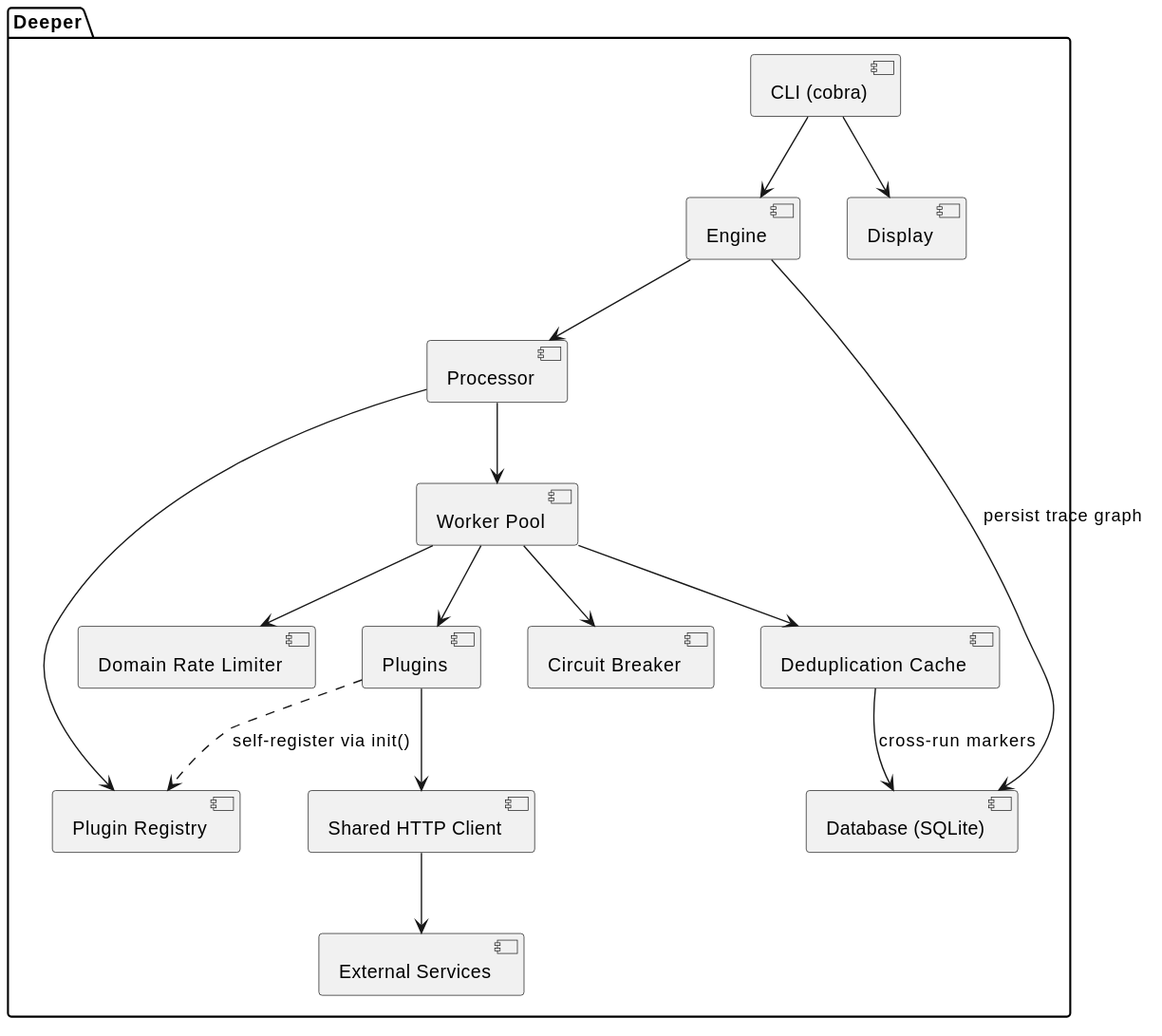
The PlantUML diagram docs/images/docs/Component.svg in smirnoffmg/deeper, before a commit. The source it was exported from:
```plantuml
@startuml
package "Deeper" {
    [CLI (cobra)] --> [Engine]
    [CLI (cobra)] --> [Display]

    [Engine] --> [Processor]
    [Engine] --> [Database (SQLite)] : persist trace graph

    [Processor] --> [Plugin Registry]
    [Processor] --> [Worker Pool]

    [Worker Pool] --> [Domain Rate Limiter]
    [Worker Pool] --> [Deduplication Cache]
    [Worker Pool] --> [Circuit Breaker]
    [Worker Pool] --> [Plugins]

    [Deduplication Cache] --> [Database (SQLite)] : cross-run markers

    [Plugins] ..> [Plugin Registry] : self-register via init()
    [Plugins] --> [Shared HTTP Client]
    [Shared HTTP Client] --> [External Services]
}
@enduml
```
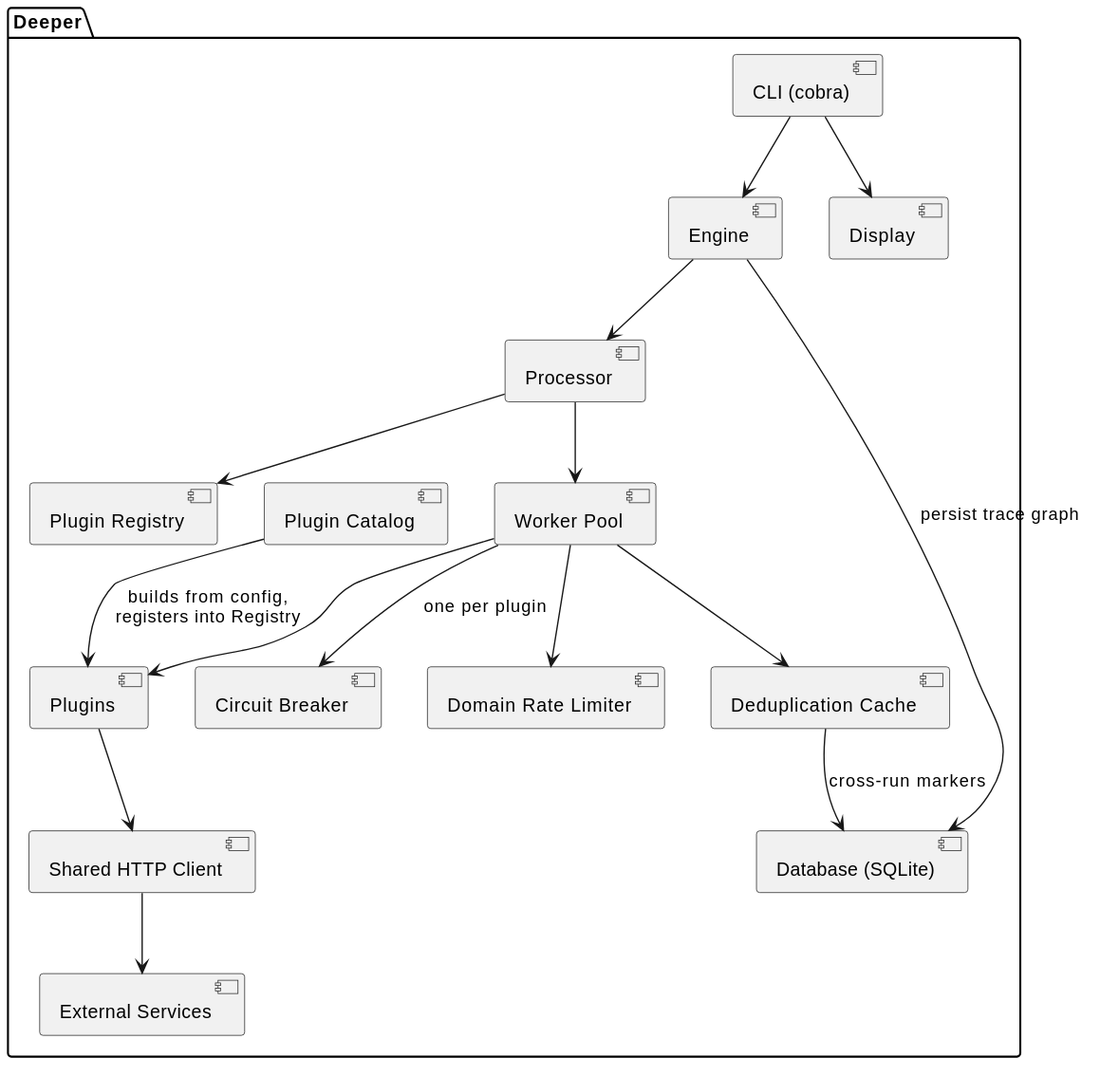
Above is the later version.

What changed in the source:
```diff
@@ -11,12 +11,12 @@
 
     [Worker Pool] --> [Domain Rate Limiter]
     [Worker Pool] --> [Deduplication Cache]
-    [Worker Pool] --> [Circuit Breaker]
+    [Worker Pool] --> [Circuit Breaker] : one per plugin
     [Worker Pool] --> [Plugins]
 
     [Deduplication Cache] --> [Database (SQLite)] : cross-run markers
 
-    [Plugins] ..> [Plugin Registry] : self-register via init()
+    [Plugin Catalog] --> [Plugins] : builds from config,\nregisters into Registry
     [Plugins] --> [Shared HTTP Client]
     [Shared HTTP Client] --> [External Services]
 }
```
